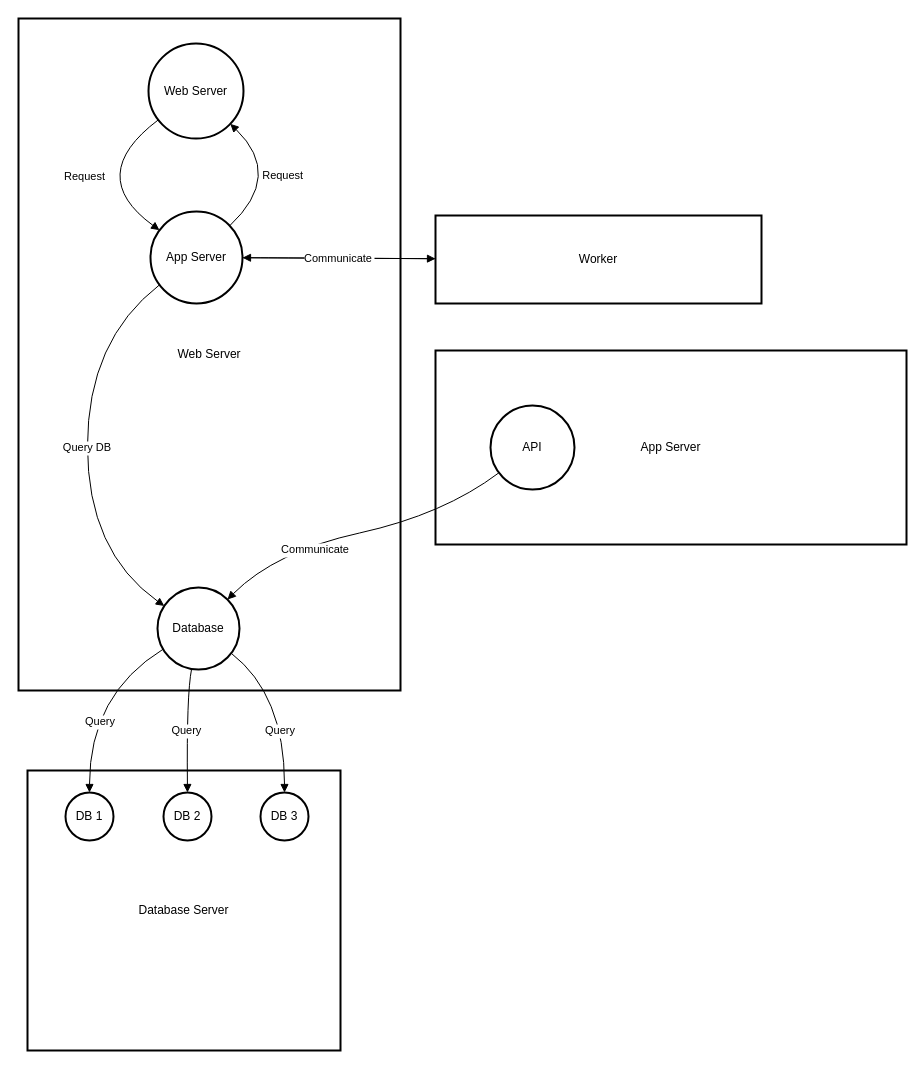
Earlier version of the draw.io diagram docs/uponly-pro/assets/diagrams/HLD/uponly_pro_system_architecture_diagram.drawio (UPONLY-TECHNOLOGIES/uponly-documentation). Source tidied: cells renumbered, new cells numbered last; positions are measured from the earlier drawing's top-left corner, leaving out a move shared by most shapes. Both pictures are drawn from the tidied source at 100%, with x=0, y=0 at pixel (18, 18).
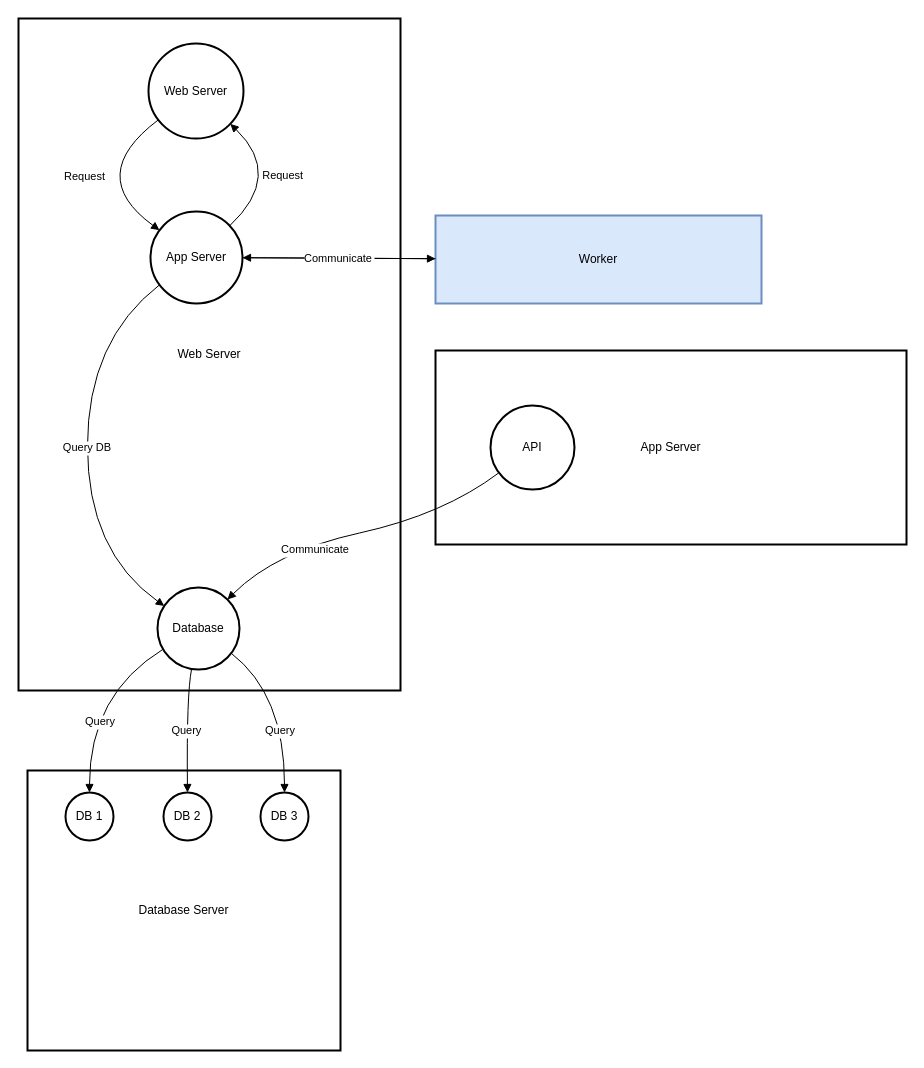
After the change.

The edit, as a diff of the source:
```diff
@@
-    <mxCell id="3" value="Worker" style="whiteSpace=wrap;strokeWidth=2;" parent="1" vertex="1">
+    <mxCell id="3" value="Worker" style="whiteSpace=wrap;strokeWidth=2;fillColor=#dae8fc;strokeColor=#6c8ebf;" parent="1" vertex="1">
       <mxGeometry x="417" y="197" width="326" height="88" as="geometry" />
     </mxCell>
```
